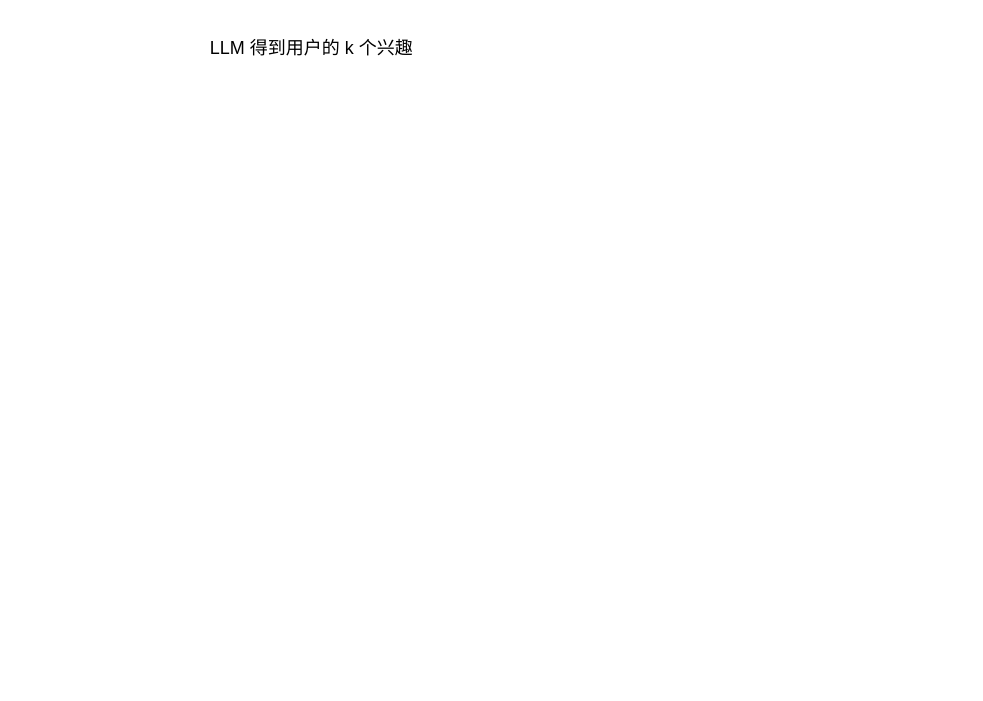
Earlier version of the draw.io diagram cikg_test.drawio (htired/git-demo). Source tidied: cells renumbered, new cells numbered last; positions are measured from the earlier drawing's top-left corner, leaving out a move shared by most shapes. Both pictures are drawn from the tidied source at 150%, with x=0, y=0 at pixel (190, 26).
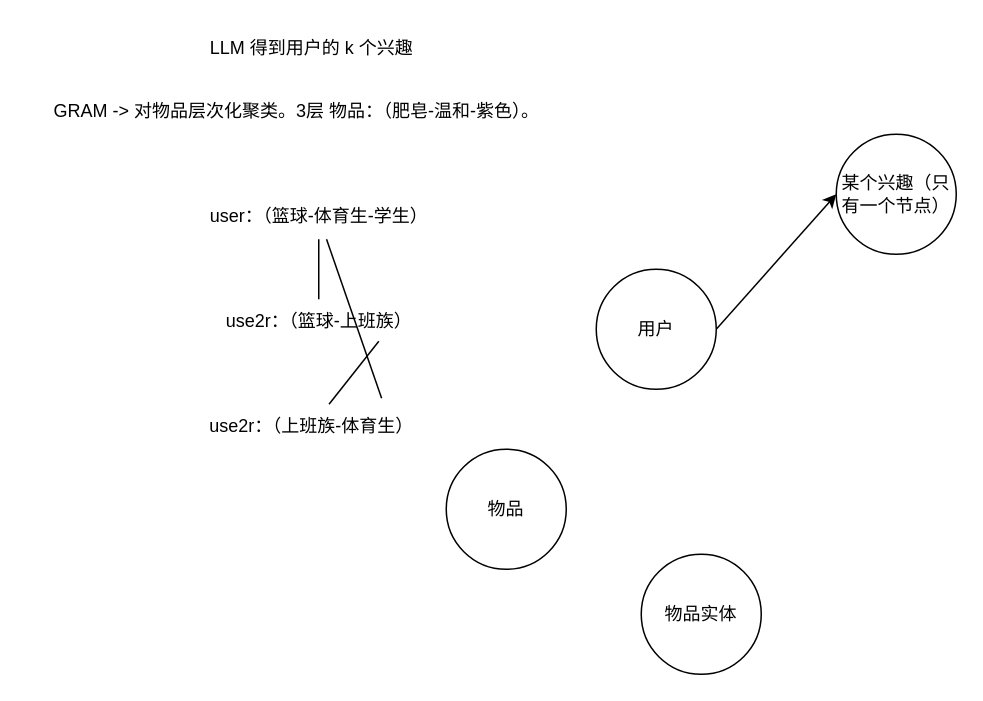
After the change.

What changed in the source:
```diff
@@
 <mxGraphModel>
   <root>
     <mxCell id="0" />
     <mxCell id="1" parent="0" />
     <mxCell id="2" value="LLM 得到用户的 k 个兴趣" style="text;html=1;align=center;verticalAlign=middle;strokeColor=none;fillColor=none;" parent="1" vertex="1">
       <mxGeometry width="160" height="30" as="geometry" />
     </mxCell>
+    <mxCell id="3" value="GRAM -&amp;gt; 对物品层次化聚类。3层 物品：（肥皂-温和-紫色）。" style="text;html=1;align=center;verticalAlign=middle;strokeColor=none;fillColor=none;" parent="1" vertex="1">
+      <mxGeometry x="-110" y="42" width="360" height="30" as="geometry" />
+    </mxCell>
+    <mxCell id="4" value="user：（篮球-体育生-学生）" style="text;html=1;align=center;verticalAlign=middle;points=[];strokeColor=none;fillColor=none;" parent="1" vertex="1">
+      <mxGeometry y="112" width="170" height="30" as="geometry" />
+    </mxCell>
+    <mxCell id="5" style="rounded=0;jettySize=auto;html=1;exitX=1;exitY=0.5;exitDx=0;exitDy=0;entryX=0;entryY=0.5;entryDx=0;entryDy=0;" parent="1" edge="1" source="6" target="9">
+      <mxGeometry relative="1" as="geometry" />
+    </mxCell>
+    <mxCell id="6" value="用户" style="ellipse;whiteSpace=wrap;html=1;" parent="1" vertex="1">
+      <mxGeometry x="270" y="162" width="80" height="80" as="geometry" />
+    </mxCell>
+    <mxCell id="7" value="物品" style="ellipse;whiteSpace=wrap;html=1;" parent="1" vertex="1">
+      <mxGeometry x="170" y="282" width="80" height="80" as="geometry" />
+    </mxCell>
+    <mxCell id="8" value="物品实体" style="ellipse;whiteSpace=wrap;html=1;" parent="1" vertex="1">
+      <mxGeometry x="300" y="352" width="80" height="80" as="geometry" />
+    </mxCell>
+    <mxCell id="9" value="某个兴趣（只有一个节点）" style="ellipse;whiteSpace=wrap;html=1;" parent="1" vertex="1">
+      <mxGeometry x="430" y="72" width="80" height="80" as="geometry" />
+    </mxCell>
+    <mxCell id="10" value="use2r：（篮球-上班族）" style="text;html=1;align=center;verticalAlign=middle;points=[];strokeColor=none;fillColor=none;" parent="1" vertex="1">
+      <mxGeometry x="10" y="182" width="150" height="30" as="geometry" />
+    </mxCell>
+    <mxCell id="11" style="endArrow=none;html=1;rounded=0;" parent="1" edge="1" source="10" target="4">
+      <mxGeometry relative="1" as="geometry" />
+    </mxCell>
+    <mxCell id="12" value="use2r：（上班族-体育生）" style="text;html=1;align=center;verticalAlign=middle;points=[];strokeColor=none;fillColor=none;" parent="1" vertex="1">
+      <mxGeometry x="-5" y="252" width="170" height="30" as="geometry" />
+    </mxCell>
+    <mxCell id="13" style="endArrow=none;html=1;rounded=0;entryX=0.767;entryY=0.933;entryDx=0;entryDy=0;entryPerimeter=0;" parent="1" edge="1" source="12" target="10">
+      <mxGeometry relative="1" as="geometry" />
+    </mxCell>
+    <mxCell id="14" style="endArrow=none;html=1;rounded=0;exitX=0.776;exitY=-0.133;exitDx=0;exitDy=0;exitPerimeter=0;" parent="1" edge="1" source="12" target="4">
+      <mxGeometry relative="1" as="geometry" />
+    </mxCell>
   </root>
 </mxGraphModel>
```
